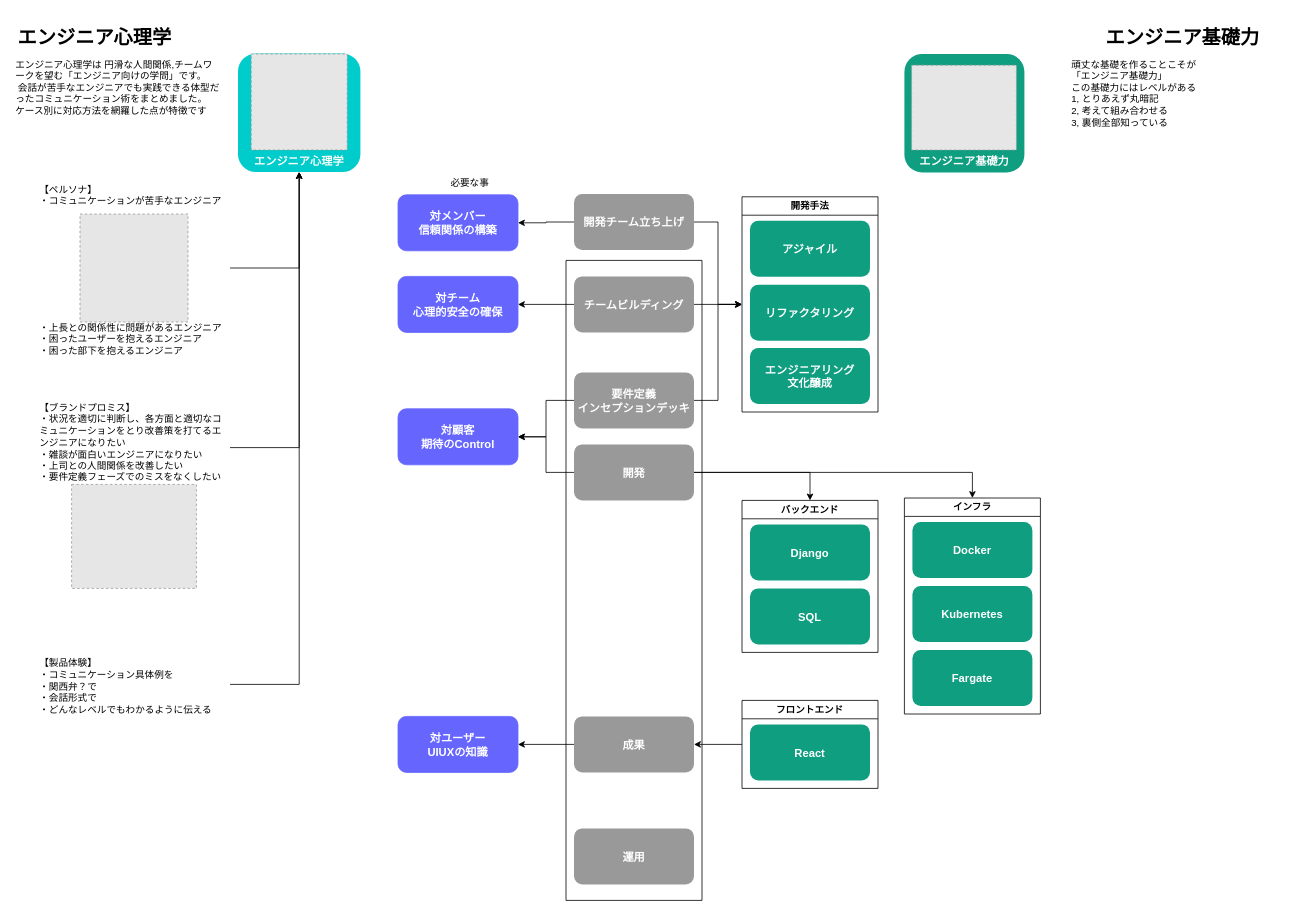
Before: page "engineer_psychology" (2 of 34) of 人生設計.drawio in minegishirei/draw_v1, a draw.io diagram. Source tidied: cells renumbered, new cells numbered last; positions are measured from the earlier drawing's top-left corner, leaving out a move shared by most shapes. Both pictures are drawn from the tidied source at 80%, with x=0, y=0 at pixel (14, 22). Pictures stored in the file or linked from it are replaced by grey dashed boxes.
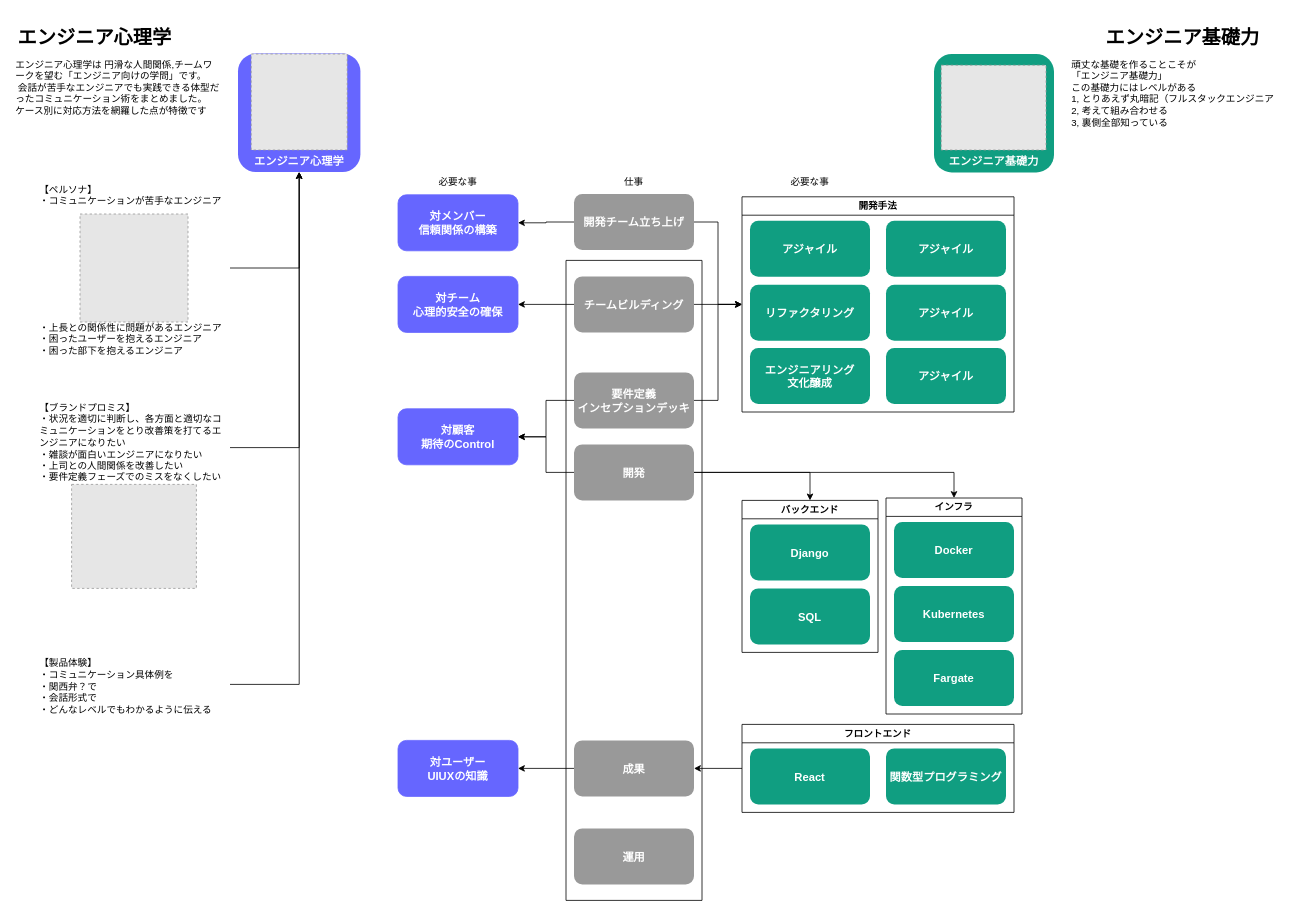
After the change.

Commit message:
人生設計.drawio を更新します

Unchanged cells that the change refers to:
```xml
<mxCell id="18" style="swimlane;startSize=0;" parent="1" vertex="1">
  <mxGeometry x="690" y="298" width="170" height="800" as="geometry" />
</mxCell>
```

Diff of the diagram source:
```diff
@@
-    <mxCell id="3" value="&#10;&#10;&#10;&#10;&#10;&#10;&#10;エンジニア心理学" style="rounded=1;fillColor=#00CCCC;strokeColor=none;shadow=0;fontStyle=1;fontColor=#ffffff;fontSize=14;" parent="1" vertex="1">
+    <mxCell id="3" value="&#10;&#10;&#10;&#10;&#10;&#10;&#10;エンジニア心理学" style="rounded=1;fillColor=#6666FF;strokeColor=none;shadow=0;fontStyle=1;fontColor=#ffffff;fontSize=14;" parent="1" vertex="1">
       <mxGeometry x="280" y="39.5" width="153" height="148" as="geometry" />
     </mxCell>
@@
     <mxCell id="16" value="必要な事" style="text;html=1;strokeColor=none;fillColor=none;align=center;verticalAlign=middle;whiteSpace=wrap;rounded=0;" parent="1" vertex="1">
-      <mxGeometry x="540" y="186" width="60" height="30" as="geometry" />
+      <mxGeometry x="525" y="185" width="60" height="30" as="geometry" />
     </mxCell>
     <mxCell id="17" value="対ユーザー&#10;UIUXの知識" style="rounded=1;fillColor=#6666FF;strokeColor=#6666FF;shadow=0;gradientColor=none;fontStyle=1;fontColor=#FFFFFF;fontSize=14;" parent="1" vertex="1">
-      <mxGeometry x="480" y="868" width="150" height="70" as="geometry" />
+      <mxGeometry x="480" y="898" width="150" height="70" as="geometry" />
     </mxCell>
@@
     <mxCell id="20" value="成果" style="rounded=1;fillColor=#999999;strokeColor=none;shadow=0;gradientColor=none;fontStyle=1;fontColor=#FFFFFF;fontSize=14;" parent="18" vertex="1">
-      <mxGeometry x="10" y="570" width="150" height="70" as="geometry" />
+      <mxGeometry x="10" y="600" width="150" height="70" as="geometry" />
     </mxCell>
@@
     <mxCell id="24" value="&#10;&#10;&#10;&#10;&#10;&#10;&#10;エンジニア基礎力" style="rounded=1;fillColor=#109e81;strokeColor=none;shadow=0;gradientColor=none;fontStyle=1;fontColor=#FFFFFF;fontSize=14;" parent="1" vertex="1">
-      <mxGeometry x="1113" y="40" width="150" height="148" as="geometry" />
+      <mxGeometry x="1150" y="40" width="150" height="148" as="geometry" />
     </mxCell>
@@
     <mxCell id="34" value="インフラ" style="swimlane;whiteSpace=wrap;html=1;" parent="1" vertex="1">
-      <mxGeometry x="1113" y="595" width="170" height="270" as="geometry" />
+      <mxGeometry x="1090" y="595" width="170" height="270" as="geometry" />
     </mxCell>
@@
     <mxCell id="42" value="フロントエンド" style="swimlane;whiteSpace=wrap;html=1;" parent="1" vertex="1">
-      <mxGeometry x="910" y="848" width="170" height="110" as="geometry" />
+      <mxGeometry x="910" y="878" width="340" height="110" as="geometry" />
     </mxCell>
@@
+    <mxCell id="54" value="関数型プログラミング" style="rounded=1;fillColor=#109e81;strokeColor=none;shadow=0;gradientColor=none;fontStyle=1;fontColor=#FFFFFF;fontSize=14;" parent="42" vertex="1">
+      <mxGeometry x="180" y="30" width="150" height="70" as="geometry" />
+    </mxCell>
-    <mxCell id="44" value="頑丈な基礎を作ることこそが&#10;「エンジニア基礎力」&#10;この基礎力にはレベルがある&#10;1, とりあえず丸暗記&#10;2, 考えて組み合わせる&#10;3, 裏側全部知っている" style="text;whiteSpace=wrap;" parent="1" vertex="1">
+    <mxCell id="44" value="頑丈な基礎を作ることこそが&#10;「エンジニア基礎力」&#10;この基礎力にはレベルがある&#10;1, とりあえず丸暗記（フルスタックエンジニア&#10;2, 考えて組み合わせる&#10;3, 裏側全部知っている" style="text;whiteSpace=wrap;" parent="1" vertex="1">
       <mxGeometry x="1320" y="40" width="260" height="99.5" as="geometry" />
     </mxCell>
     <mxCell id="45" style="fillColor=#E6E6E6;strokeColor=#999999;dashed=1;verticalLabelPosition=bottom;labelBackgroundColor=default;verticalAlign=top;" parent="1" vertex="1">
-      <mxGeometry x="1122" y="54" width="131" height="106" as="geometry" />
+      <mxGeometry x="1159" y="54" width="131" height="106" as="geometry" />
     </mxCell>
     <mxCell id="46" value="開発手法" style="swimlane;whiteSpace=wrap;html=1;" parent="1" vertex="1">
-      <mxGeometry x="910" y="218.5" width="170" height="269" as="geometry" />
+      <mxGeometry x="910" y="218.5" width="340" height="269" as="geometry" />
     </mxCell>
@@
+    <mxCell id="55" value="アジャイル" style="rounded=1;fillColor=#109e81;strokeColor=none;shadow=0;gradientColor=none;fontStyle=1;fontColor=#FFFFFF;fontSize=14;" parent="46" vertex="1">
+      <mxGeometry x="180" y="30" width="150" height="70" as="geometry" />
+    </mxCell>
+    <mxCell id="56" value="アジャイル" style="rounded=1;fillColor=#109e81;strokeColor=none;shadow=0;gradientColor=none;fontStyle=1;fontColor=#FFFFFF;fontSize=14;" parent="46" vertex="1">
+      <mxGeometry x="180" y="110" width="150" height="70" as="geometry" />
+    </mxCell>
+    <mxCell id="57" value="アジャイル" style="rounded=1;fillColor=#109e81;strokeColor=none;shadow=0;gradientColor=none;fontStyle=1;fontColor=#FFFFFF;fontSize=14;" parent="46" vertex="1">
+      <mxGeometry x="180" y="189" width="150" height="70" as="geometry" />
+    </mxCell>
@@
+    <mxCell id="58" value="仕事" style="text;html=1;strokeColor=none;fillColor=none;align=center;verticalAlign=middle;whiteSpace=wrap;rounded=0;" parent="1" vertex="1">
+      <mxGeometry x="745" y="185" width="60" height="30" as="geometry" />
+    </mxCell>
+    <mxCell id="59" value="必要な事" style="text;html=1;strokeColor=none;fillColor=none;align=center;verticalAlign=middle;whiteSpace=wrap;rounded=0;" parent="1" vertex="1">
+      <mxGeometry x="965" y="185" width="60" height="30" as="geometry" />
+    </mxCell>
```
